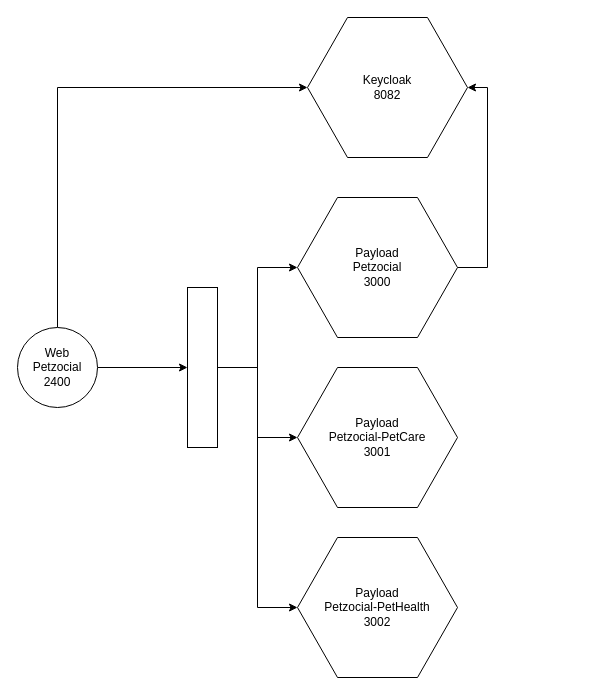
Earlier version of the draw.io diagram page "Componentes" (2 of 3) of diagrams/principal.drawio (hugozr/petsozial). Source tidied: cells renumbered, new cells numbered last; positions are measured from the earlier drawing's top-left corner, leaving out a move shared by most shapes. Both pictures are drawn from the tidied source at 100%, with x=0, y=0 at pixel (17, 17).
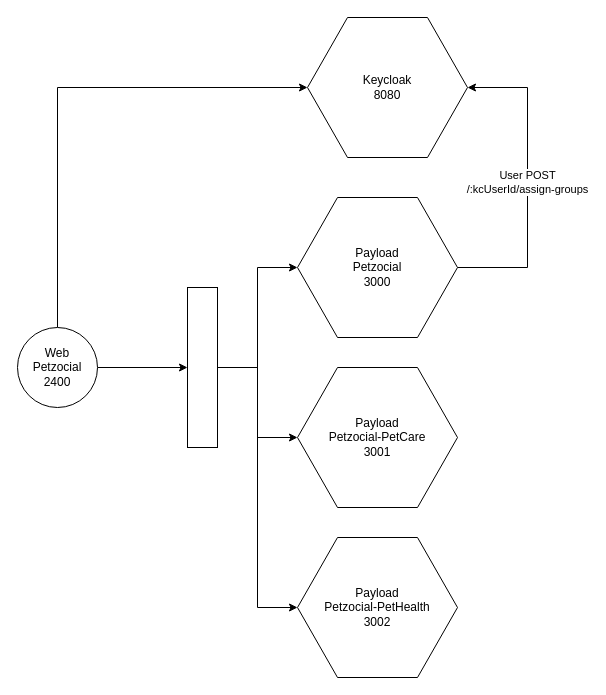
The same page after the edit.

Diff of the diagram source:
```diff
@@
 <mxGraphModel>
   <root>
     <mxCell id="0" />
     <mxCell id="1" parent="0" />
-    <mxCell id="2" style="edgeStyle=orthogonalEdgeStyle;rounded=0;jettySize=auto;html=1;entryX=1;entryY=0.5;entryDx=0;entryDy=0;exitX=1;exitY=0.5;exitDx=0;exitDy=0;" parent="1" edge="1" source="3" target="12">
-      <mxGeometry relative="1" as="geometry" />
+    <mxCell id="2" value="User POST &lt;br&gt;/:kcUserId/assign-groups" style="edgeStyle=orthogonalEdgeStyle;rounded=0;jettySize=auto;html=1;entryX=1;entryY=0.5;entryDx=0;entryDy=0;exitX=1;exitY=0.5;exitDx=0;exitDy=0;" parent="1" edge="1" source="3" target="12">
+      <mxGeometry relative="1" as="geometry">
+        <Array as="points">
+          <mxPoint x="510" y="250" />
+          <mxPoint x="510" y="70" />
+        </Array>
+      </mxGeometry>
     </mxCell>
     <mxCell id="3" value="Payload &lt;br&gt;Petzocial&lt;br&gt;3000" style="shape=hexagon;perimeter=hexagonPerimeter2;whiteSpace=wrap;html=1;fixedSize=1;size=40;" parent="1" vertex="1">
       <mxGeometry x="280" y="180" width="160" height="140" as="geometry" />
     </mxCell>
     <mxCell id="4" value="Payload &lt;br&gt;Petzocial-PetHealth&lt;br&gt;3002" style="shape=hexagon;perimeter=hexagonPerimeter2;whiteSpace=wrap;html=1;fixedSize=1;size=40;" parent="1" vertex="1">
       <mxGeometry x="280" y="520" width="160" height="140" as="geometry" />
     </mxCell>
     <mxCell id="5" style="edgeStyle=orthogonalEdgeStyle;rounded=0;jettySize=auto;html=1;" parent="1" edge="1" source="7" target="11">
       <mxGeometry relative="1" as="geometry" />
     </mxCell>
     <mxCell id="6" style="edgeStyle=orthogonalEdgeStyle;rounded=0;jettySize=auto;html=1;entryX=0;entryY=0.5;entryDx=0;entryDy=0;exitX=0.5;exitY=0;exitDx=0;exitDy=0;" parent="1" edge="1" source="7" target="12">
       <mxGeometry relative="1" as="geometry" />
     </mxCell>
     <mxCell id="7" value="Web &lt;br&gt;Petzocial&lt;br&gt;2400" style="ellipse;whiteSpace=wrap;html=1;" parent="1" vertex="1">
       <mxGeometry y="310" width="80" height="80" as="geometry" />
     </mxCell>
     <mxCell id="8" style="edgeStyle=orthogonalEdgeStyle;rounded=0;jettySize=auto;html=1;" parent="1" edge="1" source="11" target="3">
       <mxGeometry relative="1" as="geometry" />
     </mxCell>
     <mxCell id="9" style="edgeStyle=orthogonalEdgeStyle;rounded=0;jettySize=auto;html=1;entryX=0;entryY=0.5;entryDx=0;entryDy=0;" parent="1" edge="1" source="11" target="13">
       <mxGeometry relative="1" as="geometry" />
     </mxCell>
     <mxCell id="10" style="edgeStyle=orthogonalEdgeStyle;rounded=0;jettySize=auto;html=1;entryX=0;entryY=0.5;entryDx=0;entryDy=0;" parent="1" edge="1" source="11" target="4">
       <mxGeometry relative="1" as="geometry" />
     </mxCell>
     <mxCell id="11" style="rounded=0;whiteSpace=wrap;html=1;" parent="1" vertex="1">
       <mxGeometry x="170" y="270" width="30" height="160" as="geometry" />
     </mxCell>
-    <mxCell id="12" value="Keycloak&lt;br&gt;8082" style="shape=hexagon;perimeter=hexagonPerimeter2;whiteSpace=wrap;html=1;fixedSize=1;size=40;" parent="1" vertex="1">
+    <mxCell id="12" value="Keycloak&lt;br&gt;8080" style="shape=hexagon;perimeter=hexagonPerimeter2;whiteSpace=wrap;html=1;fixedSize=1;size=40;" parent="1" vertex="1">
       <mxGeometry x="290" width="160" height="140" as="geometry" />
     </mxCell>
     <mxCell id="13" value="Payload &lt;br&gt;Petzocial-PetCare&lt;br&gt;3001" style="shape=hexagon;perimeter=hexagonPerimeter2;whiteSpace=wrap;html=1;fixedSize=1;size=40;" parent="1" vertex="1">
       <mxGeometry x="280" y="350" width="160" height="140" as="geometry" />
     </mxCell>
   </root>
 </mxGraphModel>
```
